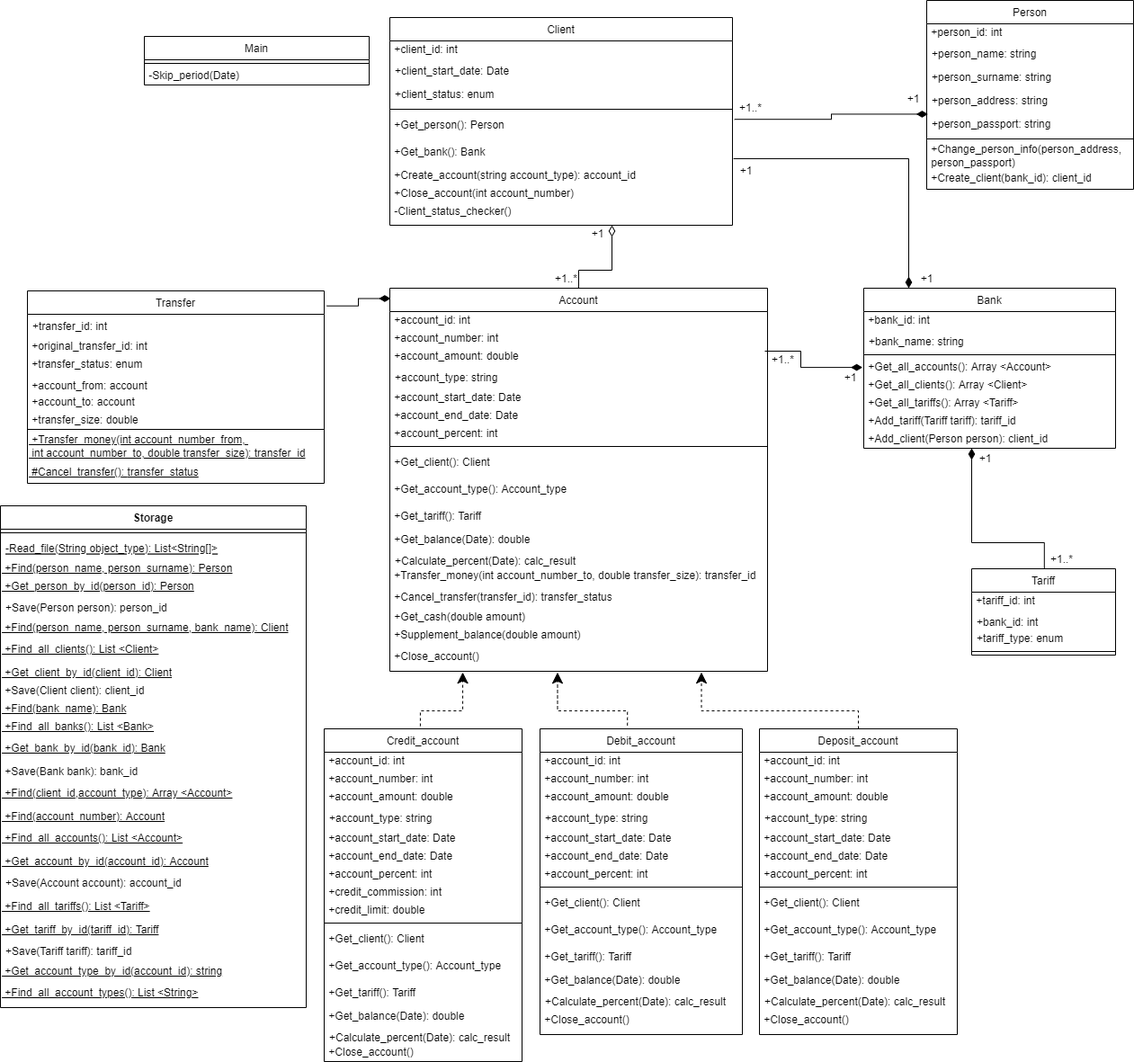
This is Banking diagram.png from Tanitum/Banking-system, a draw.io export, as it was before one commit. Source tidied: cells renumbered, new cells last; positions are measured from the earlier drawing's top-left corner, leaving out a move shared by most shapes.
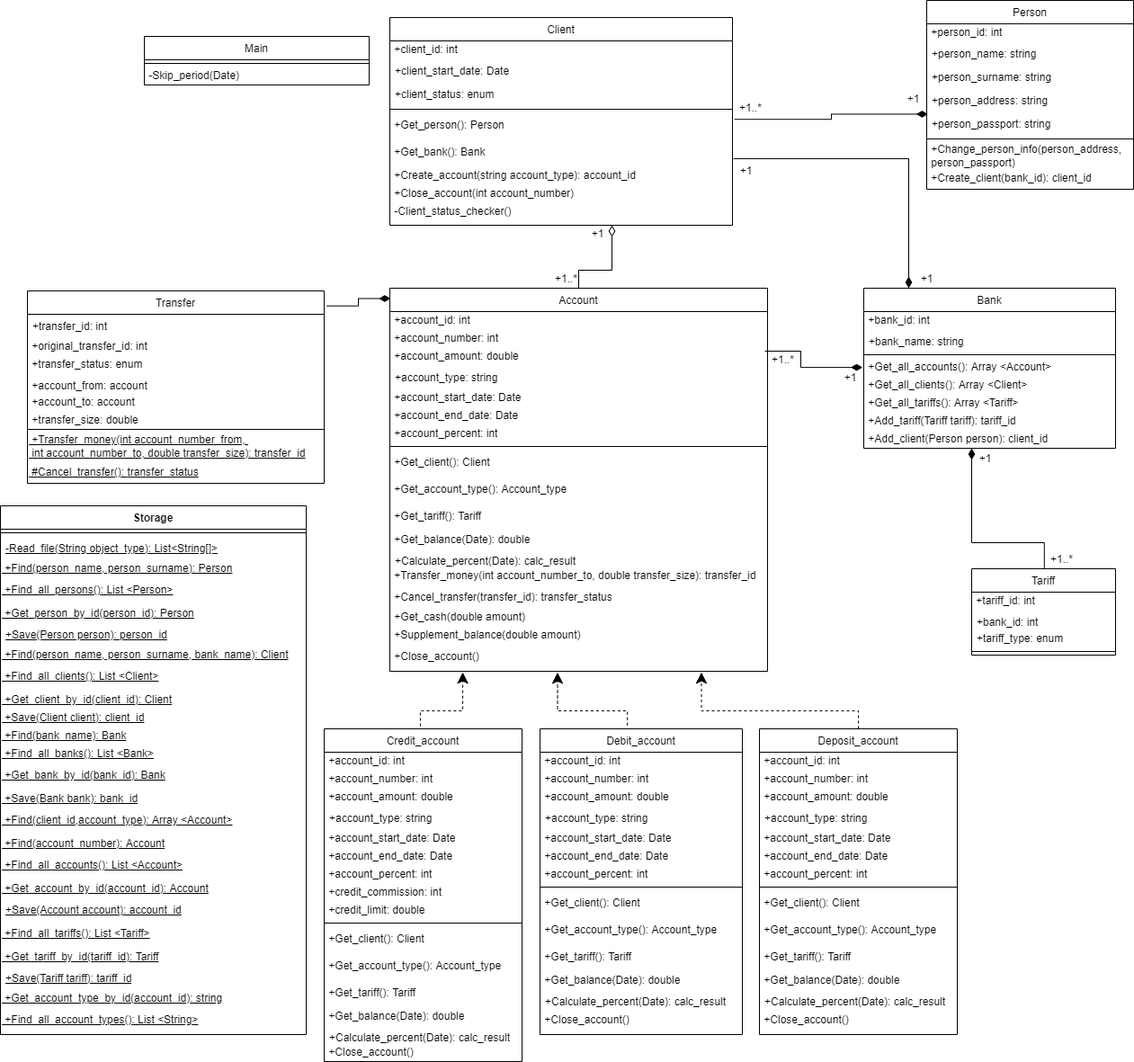
The same diagram one commit later.

Change to the diagram source:
```diff
@@ -448,76 +448,79 @@
       <mxGeometry y="188" width="330" height="26" as="geometry" />
     </mxCell>
     <mxCell id="132" value="Storage" style="swimlane;fontStyle=1;align=center;verticalAlign=top;horizontal=1;startSize=26;" parent="1" vertex="1">
-      <mxGeometry y="562" width="340" height="558" as="geometry" />
+      <mxGeometry y="562" width="340" height="588" as="geometry" />
     </mxCell>
     <mxCell id="133" style="line;strokeWidth=1;fillColor=none;align=left;verticalAlign=middle;spacingTop=-1;spacingLeft=3;spacingRight=3;labelPosition=right;" parent="132" vertex="1">
       <mxGeometry y="26" width="340" height="8" as="geometry" />
     </mxCell>
-    <mxCell id="134" value="-Read_file(String object_type): List&lt;String[]&gt;" style="text;strokeColor=none;fillColor=none;align=left;verticalAlign=top;spacingLeft=4;spacingRight=4;overflow=hidden;fontStyle=4;" parent="132" vertex="1">
+    <mxCell id="134" value="-Read_file(String object_type): List&amp;lt;String[]&amp;gt;" style="text;strokeColor=none;fillColor=none;align=left;verticalAlign=top;spacingLeft=4;spacingRight=4;overflow=hidden;fontStyle=4;html=1;" parent="132" vertex="1">
       <mxGeometry y="34" width="340" height="26" as="geometry" />
     </mxCell>
     <mxCell id="135" value="&lt;u&gt;&amp;nbsp;+Find(person_name, person_surname): Person&lt;/u&gt;" style="text;html=1;align=left;verticalAlign=middle;strokeColor=none;fillColor=none;" parent="132" vertex="1">
       <mxGeometry y="60" width="340" height="20" as="geometry" />
     </mxCell>
+    <mxCell id="157" value="&lt;span style=&quot;color: rgb(0 , 0 , 0) ; font-family: &amp;#34;helvetica&amp;#34; ; font-size: 12px ; font-style: normal ; font-weight: 400 ; letter-spacing: normal ; text-align: left ; text-indent: 0px ; text-transform: none ; word-spacing: 0px ; display: inline ; float: none&quot;&gt;&amp;nbsp;+Find_all_persons(): List &amp;lt;Person&amp;gt;&lt;/span&gt;" style="text;whiteSpace=wrap;html=1;fontStyle=4;" parent="132" vertex="1">
+      <mxGeometry y="80" width="340" height="30" as="geometry" />
+    </mxCell>
     <mxCell id="136" value="&amp;nbsp;+Get_person_by_id(person_id): Person" style="text;html=1;align=left;verticalAlign=middle;strokeColor=none;fillColor=none;fontStyle=4;labelBackgroundColor=none;labelBorderColor=none;fontColor=default;" parent="132" vertex="1">
-      <mxGeometry y="80" width="340" height="20" as="geometry" />
+      <mxGeometry y="110" width="340" height="20" as="geometry" />
     </mxCell>
-    <mxCell id="137" value="+Save(Person person): person_id" style="text;strokeColor=none;fillColor=none;align=left;verticalAlign=top;spacingLeft=4;spacingRight=4;overflow=hidden;" parent="132" vertex="1">
-      <mxGeometry y="100" width="340" height="26" as="geometry" />
+    <mxCell id="137" value="+Save(Person person): person_id" style="text;strokeColor=none;fillColor=none;align=left;verticalAlign=top;spacingLeft=4;spacingRight=4;overflow=hidden;fontStyle=4;html=1;" parent="132" vertex="1">
+      <mxGeometry y="130" width="340" height="26" as="geometry" />
     </mxCell>
     <mxCell id="138" value="&amp;nbsp;+Find(person_name, person_surname, bank_name): Client" style="text;html=1;align=left;verticalAlign=middle;strokeColor=none;fillColor=none;fontStyle=4;" parent="132" vertex="1">
-      <mxGeometry y="126" width="340" height="20" as="geometry" />
+      <mxGeometry y="156" width="340" height="20" as="geometry" />
     </mxCell>
     <mxCell id="139" value="&lt;span style=&quot;color: rgb(0 , 0 , 0) ; font-family: &amp;#34;helvetica&amp;#34; ; font-size: 12px ; font-style: normal ; font-weight: 400 ; letter-spacing: normal ; text-align: left ; text-indent: 0px ; text-transform: none ; word-spacing: 0px ; display: inline ; float: none&quot;&gt;&amp;nbsp;+Find_all_clients(): List &amp;lt;Client&amp;gt;&lt;/span&gt;" style="text;whiteSpace=wrap;html=1;fontStyle=4;" parent="132" vertex="1">
-      <mxGeometry y="146" width="340" height="30" as="geometry" />
+      <mxGeometry y="176" width="340" height="30" as="geometry" />
     </mxCell>
     <mxCell id="140" value="&amp;nbsp;+Get_client_by_id(client_id): Client" style="text;html=1;align=left;verticalAlign=middle;strokeColor=none;fillColor=none;fontStyle=4;" parent="132" vertex="1">
-      <mxGeometry y="176" width="340" height="20" as="geometry" />
+      <mxGeometry y="206" width="340" height="20" as="geometry" />
     </mxCell>
-    <mxCell id="141" value="&lt;span&gt;&amp;nbsp;+Save(Client client): client_id&lt;/span&gt;" style="text;html=1;align=left;verticalAlign=middle;strokeColor=none;fillColor=none;" parent="132" vertex="1">
-      <mxGeometry y="196" width="340" height="20" as="geometry" />
+    <mxCell id="141" value="&lt;span&gt;&amp;nbsp;+Save(Client client): client_id&lt;/span&gt;" style="text;html=1;align=left;verticalAlign=middle;strokeColor=none;fillColor=none;fontStyle=4;" parent="132" vertex="1">
+      <mxGeometry y="226" width="340" height="20" as="geometry" />
     </mxCell>
     <mxCell id="142" value="&amp;nbsp;+Find(bank_name): Bank" style="text;html=1;align=left;verticalAlign=middle;strokeColor=none;fillColor=none;fontStyle=4;" parent="132" vertex="1">
-      <mxGeometry y="216" width="340" height="20" as="geometry" />
+      <mxGeometry y="246" width="340" height="20" as="geometry" />
     </mxCell>
     <mxCell id="143" value="&amp;nbsp;+Find_all_banks(): List &amp;lt;Bank&amp;gt;" style="text;html=1;align=left;verticalAlign=middle;strokeColor=none;fillColor=none;fontStyle=4;" parent="132" vertex="1">
-      <mxGeometry y="236" width="340" height="20" as="geometry" />
+      <mxGeometry y="266" width="340" height="20" as="geometry" />
     </mxCell>
     <mxCell id="144" value="&lt;span style=&quot;color: rgb(0 , 0 , 0) ; font-family: &amp;quot;helvetica&amp;quot; ; font-size: 12px ; font-style: normal ; font-weight: 400 ; letter-spacing: normal ; text-align: left ; text-indent: 0px ; text-transform: none ; word-spacing: 0px ; display: inline ; float: none&quot;&gt;&amp;nbsp;+Get_bank_by_id(bank_id): Bank&lt;/span&gt;" style="text;whiteSpace=wrap;html=1;fontStyle=4;" parent="132" vertex="1">
-      <mxGeometry y="256" width="340" height="30" as="geometry" />
+      <mxGeometry y="286" width="340" height="30" as="geometry" />
     </mxCell>
-    <mxCell id="145" value="&lt;span&gt;&amp;nbsp;+Save(Bank bank): bank_id&lt;/span&gt;" style="text;html=1;align=left;verticalAlign=middle;strokeColor=none;fillColor=none;" parent="132" vertex="1">
-      <mxGeometry y="286" width="340" height="20" as="geometry" />
+    <mxCell id="145" value="&lt;span&gt;&amp;nbsp;+Save(Bank bank): bank_id&lt;/span&gt;" style="text;html=1;align=left;verticalAlign=middle;strokeColor=none;fillColor=none;fontStyle=4;" parent="132" vertex="1">
+      <mxGeometry y="316" width="340" height="20" as="geometry" />
     </mxCell>
     <mxCell id="146" value="&lt;span style=&quot;color: rgb(0 , 0 , 0) ; font-family: &amp;quot;helvetica&amp;quot; ; font-size: 12px ; font-style: normal ; font-weight: 400 ; letter-spacing: normal ; text-align: left ; text-indent: 0px ; text-transform: none ; word-spacing: 0px ; display: inline ; float: none&quot;&gt;&amp;nbsp;+Find(client_id,&lt;span style=&quot;font-family: &amp;quot;helvetica&amp;quot;&quot;&gt;account_type&lt;/span&gt;): Array &amp;lt;Account&amp;gt;&lt;/span&gt;" style="text;whiteSpace=wrap;html=1;fontStyle=4;" parent="132" vertex="1">
-      <mxGeometry y="306" width="340" height="30" as="geometry" />
+      <mxGeometry y="336" width="340" height="30" as="geometry" />
     </mxCell>
     <mxCell id="147" value="&amp;nbsp;+Find(account_number): Account" style="text;html=1;align=left;verticalAlign=middle;strokeColor=none;fillColor=none;fontStyle=4;" parent="132" vertex="1">
-      <mxGeometry y="336" width="340" height="20" as="geometry" />
+      <mxGeometry y="366" width="340" height="20" as="geometry" />
     </mxCell>
     <mxCell id="148" value="&lt;span style=&quot;color: rgb(0, 0, 0); font-family: helvetica; font-size: 12px; font-style: normal; font-weight: 400; letter-spacing: normal; text-align: left; text-indent: 0px; text-transform: none; word-spacing: 0px; text-decoration: underline; display: inline; float: none;&quot;&gt;&amp;nbsp;+Find_all_accounts(): List &amp;lt;Account&amp;gt;&lt;/span&gt;" style="text;whiteSpace=wrap;html=1;fontColor=default;labelBackgroundColor=none;" parent="132" vertex="1">
-      <mxGeometry y="356" width="340" height="30" as="geometry" />
+      <mxGeometry y="386" width="340" height="30" as="geometry" />
     </mxCell>
     <mxCell id="149" value="&amp;nbsp;+Get_account_by_id(account_id): Account" style="text;html=1;align=left;verticalAlign=middle;strokeColor=none;fillColor=none;fontStyle=4;" parent="132" vertex="1">
-      <mxGeometry y="386" width="340" height="20" as="geometry" />
+      <mxGeometry y="416" width="340" height="20" as="geometry" />
     </mxCell>
-    <mxCell id="150" value="+Save(Account account): account_id" style="text;strokeColor=none;fillColor=none;align=left;verticalAlign=top;spacingLeft=4;spacingRight=4;overflow=hidden;" parent="132" vertex="1">
-      <mxGeometry y="406" width="340" height="26" as="geometry" />
+    <mxCell id="150" value="+Save(Account account): account_id" style="text;strokeColor=none;fillColor=none;align=left;verticalAlign=top;spacingLeft=4;spacingRight=4;overflow=hidden;fontStyle=4;fontSize=12;html=1;" parent="132" vertex="1">
+      <mxGeometry y="436" width="340" height="26" as="geometry" />
     </mxCell>
-    <mxCell id="151" value="&lt;span style=&quot;color: rgb(0 , 0 , 0) ; font-family: &amp;#34;helvetica&amp;#34; ; font-size: 12px ; font-style: normal ; font-weight: 400 ; letter-spacing: normal ; text-align: left ; text-indent: 0px ; text-transform: none ; word-spacing: 0px ; text-decoration: underline ; display: inline ; float: none&quot;&gt;&amp;nbsp;+Find_all_tariffs(): List &amp;lt;Tariff&amp;gt;&lt;/span&gt;" style="text;whiteSpace=wrap;html=1;fontColor=default;labelBackgroundColor=none;" parent="132" vertex="1">
-      <mxGeometry y="432" width="340" height="30" as="geometry" />
+    <mxCell id="151" value="&lt;span style=&quot;color: rgb(0 , 0 , 0) ; font-family: &amp;#34;helvetica&amp;#34; ; font-size: 12px ; font-style: normal ; font-weight: 400 ; letter-spacing: normal ; text-align: left ; text-indent: 0px ; text-transform: none ; word-spacing: 0px ; text-decoration: underline ; display: inline ; float: none&quot;&gt;&amp;nbsp;+Find_all_tariffs(): List &amp;lt;Tariff&amp;gt;&lt;/span&gt;" style="text;html=1;fontColor=default;labelBackgroundColor=none;whiteSpace=wrap;" parent="132" vertex="1">
+      <mxGeometry y="462" width="340" height="30" as="geometry" />
     </mxCell>
     <mxCell id="152" value="&amp;nbsp;+Get_tariff_by_id(tariff_id): Tariff" style="text;html=1;align=left;verticalAlign=middle;strokeColor=none;fillColor=none;fontStyle=4;labelBackgroundColor=none;labelBorderColor=none;fontColor=default;" parent="132" vertex="1">
-      <mxGeometry y="462" width="340" height="20" as="geometry" />
+      <mxGeometry y="492" width="340" height="20" as="geometry" />
     </mxCell>
-    <mxCell id="153" value="+Save(Tariff tariff): tariff_id" style="text;strokeColor=none;fillColor=none;align=left;verticalAlign=top;spacingLeft=4;spacingRight=4;overflow=hidden;" parent="132" vertex="1">
-      <mxGeometry y="482" width="340" height="26" as="geometry" />
+    <mxCell id="153" value="+Save(Tariff tariff): tariff_id" style="text;strokeColor=none;fillColor=none;align=left;verticalAlign=top;spacingLeft=4;spacingRight=4;overflow=hidden;fontStyle=4;html=1;" parent="132" vertex="1">
+      <mxGeometry y="512" width="340" height="26" as="geometry" />
     </mxCell>
     <mxCell id="154" value="&amp;nbsp;+Get_account_type_by_id(account_id): string" style="text;html=1;align=left;verticalAlign=middle;strokeColor=none;fillColor=none;fontStyle=4;" parent="132" vertex="1">
-      <mxGeometry y="508" width="340" height="20" as="geometry" />
+      <mxGeometry y="538" width="340" height="20" as="geometry" />
     </mxCell>
     <mxCell id="155" value="&lt;span style=&quot;color: rgb(0, 0, 0); font-family: helvetica; font-size: 12px; font-style: normal; font-weight: 400; letter-spacing: normal; text-align: left; text-indent: 0px; text-transform: none; word-spacing: 0px; text-decoration: underline; display: inline; float: none;&quot;&gt;&amp;nbsp;+Find_all_account_types(): List &amp;lt;String&amp;gt;&lt;/span&gt;" style="text;whiteSpace=wrap;html=1;fontColor=default;labelBackgroundColor=none;" parent="132" vertex="1">
-      <mxGeometry y="528" width="340" height="30" as="geometry" />
+      <mxGeometry y="558" width="340" height="30" as="geometry" />
     </mxCell>
     <mxCell id="156" style="edgeStyle=elbowEdgeStyle;elbow=horizontal;endArrow=diamondThin;html=1;rounded=0;exitX=1.009;exitY=0.078;exitDx=0;exitDy=0;exitPerimeter=0;entryX=0.002;entryY=0.027;entryDx=0;entryDy=0;entryPerimeter=0;endFill=1;endSize=10;" parent="1" edge="1" source="122" target="12">
       <mxGeometry relative="1" as="geometry" />
```
